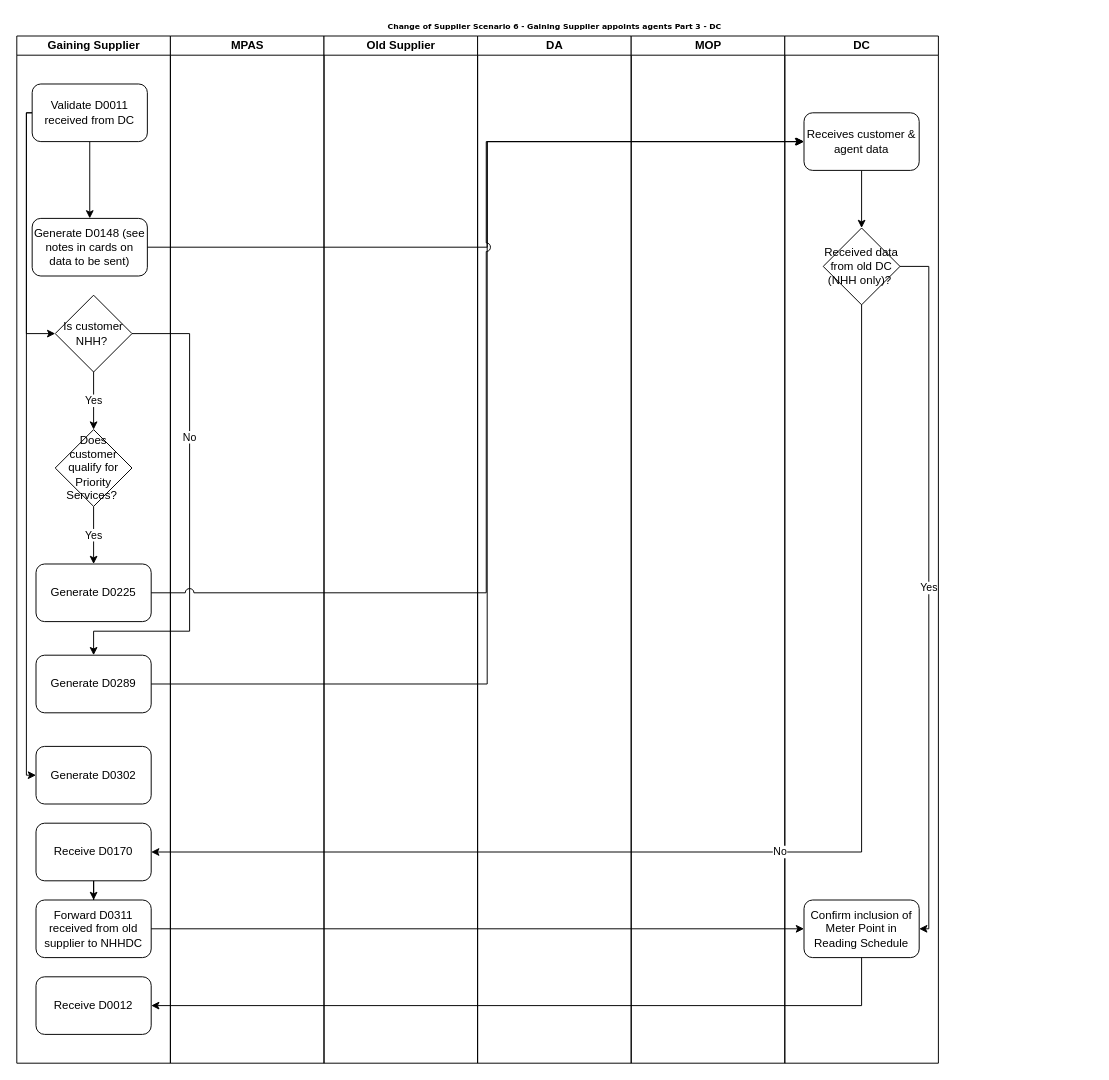
andykanu/energy-business-processes keeps this draw.io diagram as Gaining Customer Electricity Scenario 6.drawio. Above is the earlier version. Source tidied: cells renumbered, new cells numbered last; positions are measured from the earlier drawing's top-left corner, leaving out a move shared by most shapes. Both pictures are drawn from the tidied source at 96%, with x=0, y=0 at pixel (16, 16).
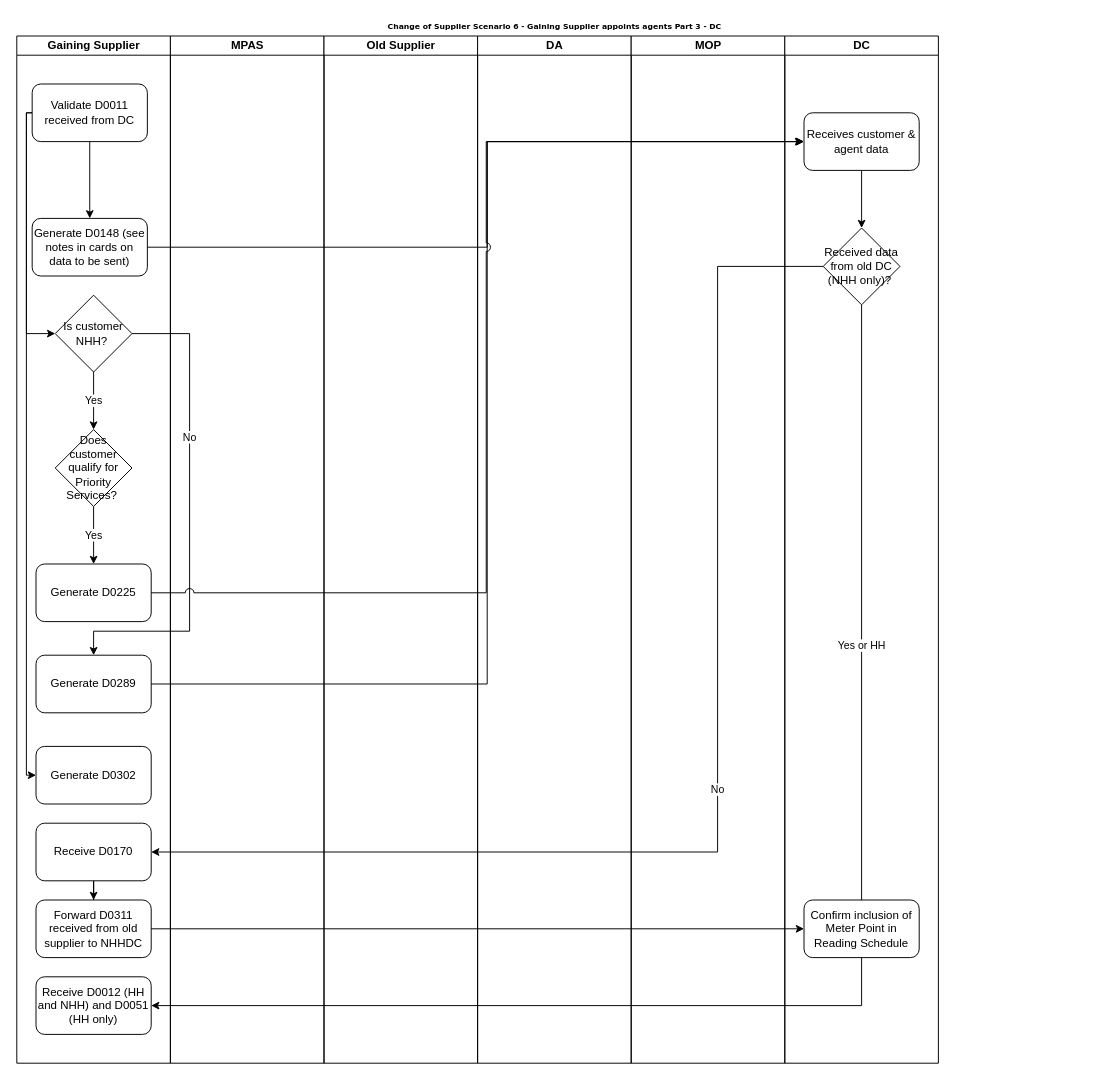
The same diagram, later.

The change refers to these unchanged cells:
```xml
<mxCell id="2" value="Change of Supplier Scenario 6 - Gaining Supplier appoints agents Part 3 - DC" style="swimlane;html=1;startSize=20;rounded=0;shadow=0;labelBackgroundColor=none;strokeColor=none;strokeWidth=1;fillColor=#ffffff;fontFamily=Verdana;fontSize=8;fontColor=#000000;align=center;" parent="1" vertex="1">
  <mxGeometry width="1120" height="1090" as="geometry" />
</mxCell>
<mxCell id="3" value="Gaining Supplier" style="swimlane;html=1;startSize=20;" parent="2" vertex="1">
  <mxGeometry y="20" width="160" height="1070" as="geometry" />
</mxCell>
<mxCell id="19" value="Receive D0170" style="rounded=1;whiteSpace=wrap;html=1;" parent="3" vertex="1">
  <mxGeometry x="20" y="820" width="120" height="60" as="geometry" />
</mxCell>
<mxCell id="27" value="DC" style="swimlane;html=1;startSize=20;" parent="2" vertex="1">
  <mxGeometry x="800" y="20" width="160" height="1070" as="geometry" />
</mxCell>
<mxCell id="31" value="Received data from old DC (NHH only)?&amp;nbsp;" style="rhombus;whiteSpace=wrap;html=1;" parent="27" vertex="1">
  <mxGeometry x="40" y="200" width="80" height="80" as="geometry" />
</mxCell>
<mxCell id="32" value="Confirm inclusion of Meter Point in Reading Schedule" style="rounded=1;whiteSpace=wrap;html=1;" parent="27" vertex="1">
  <mxGeometry x="20" y="900" width="120" height="60" as="geometry" />
</mxCell>
```

What changed in the source:
```diff
@@
-    <mxCell id="22" value="Receive D0012" style="rounded=1;whiteSpace=wrap;html=1;" parent="3" vertex="1">
+    <mxCell id="22" value="Receive D0012 (HH and NHH) and D0051 (HH only)" style="rounded=1;whiteSpace=wrap;html=1;" parent="3" vertex="1">
       <mxGeometry x="20" y="980" width="120" height="60" as="geometry" />
     </mxCell>
@@
-    <mxCell id="30" value="Yes" style="edgeStyle=orthogonalEdgeStyle;rounded=0;jettySize=auto;html=1;exitX=1;exitY=0.5;exitDx=0;exitDy=0;entryX=1;entryY=0.5;entryDx=0;entryDy=0;" parent="27" edge="1" source="31" target="32">
+    <mxCell id="30" value="Yes or HH" style="edgeStyle=orthogonalEdgeStyle;rounded=0;jettySize=auto;html=1;exitX=0.5;exitY=1;exitDx=0;exitDy=0;entryX=1;entryY=0.5;entryDx=0;entryDy=0;" parent="27" edge="1" source="31" target="32">
       <mxGeometry relative="1" as="geometry">
         <Array as="points">
-          <mxPoint x="150" y="240" />
-          <mxPoint x="150" y="930" />
+          <mxPoint x="80" y="930" />
         </Array>
       </mxGeometry>
     </mxCell>
@@
-    <mxCell id="35" value="No" style="edgeStyle=orthogonalEdgeStyle;rounded=0;jumpStyle=arc;jumpSize=9;jettySize=auto;html=1;exitX=0.5;exitY=1;exitDx=0;exitDy=0;entryX=1;entryY=0.5;entryDx=0;entryDy=0;" parent="2" edge="1" source="31" target="19">
-      <mxGeometry relative="1" as="geometry" />
+    <mxCell id="35" value="No" style="edgeStyle=orthogonalEdgeStyle;rounded=0;jumpStyle=arc;jumpSize=9;jettySize=auto;html=1;exitX=0;exitY=0.5;exitDx=0;exitDy=0;entryX=1;entryY=0.5;entryDx=0;entryDy=0;" parent="2" edge="1" source="31" target="19">
+      <mxGeometry relative="1" as="geometry">
+        <Array as="points">
+          <mxPoint x="730" y="260" />
+          <mxPoint x="730" y="870" />
+        </Array>
+      </mxGeometry>
     </mxCell>
```
